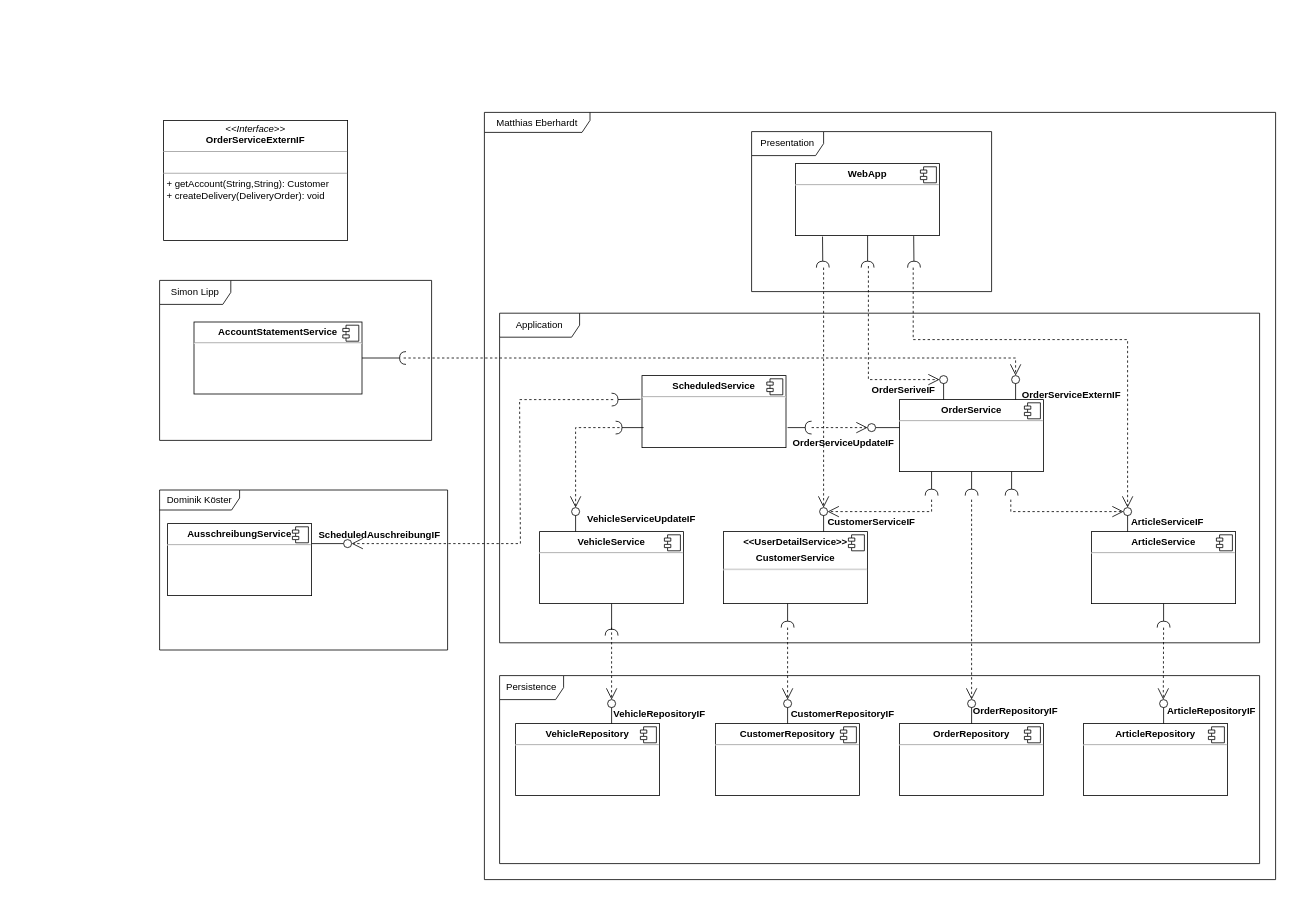
MatthiasEberhardt/Softwareentwicklung keeps this draw.io diagram as componentDiagram.drawio. Above is the earlier version. Source tidied: cells renumbered, new cells numbered last; positions are measured from the earlier drawing's top-left corner, leaving out a move shared by most shapes. Both pictures are drawn from the tidied source at 80%, with x=0, y=0 at pixel (159, 112).
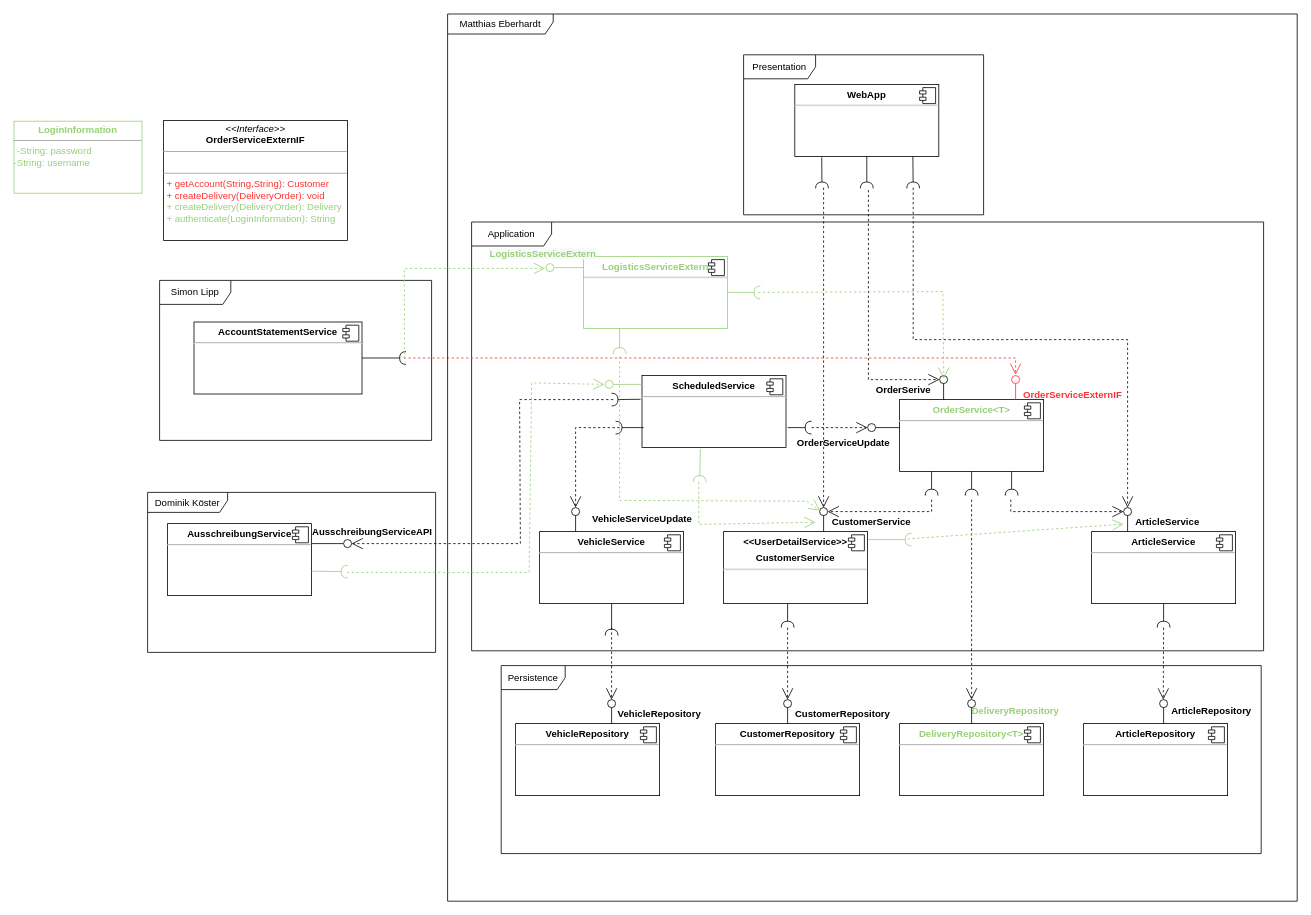
Above is the later version.

The change refers to these unchanged cells:
```xml
<mxCell id="28" style="ellipse;whiteSpace=wrap;html=1;align=center;points=[];outlineConnect=0;sketch=0;" parent="1" vertex="1">
  <mxGeometry x="975" y="329" width="10" height="10" as="geometry" />
</mxCell>
<mxCell id="39" style="ellipse;whiteSpace=wrap;html=1;align=center;points=[];outlineConnect=0;sketch=0;" parent="1" vertex="1">
  <mxGeometry x="825" y="494" width="10" height="10" as="geometry" />
</mxCell>
<mxCell id="41" style="ellipse;whiteSpace=wrap;html=1;align=center;points=[];outlineConnect=0;sketch=0;" parent="1" vertex="1">
  <mxGeometry x="1205" y="494" width="10" height="10" as="geometry" />
</mxCell>
<mxCell id="89" value="&lt;p style=&quot;margin: 0px ; margin-top: 6px ; text-align: center&quot;&gt;&lt;b&gt;AusschreibungService&lt;/b&gt;&lt;/p&gt;&lt;hr&gt;&lt;p style=&quot;margin: 0px ; margin-left: 8px&quot;&gt;&lt;br&gt;&lt;/p&gt;" style="align=left;overflow=fill;html=1;" parent="1" vertex="1">
  <mxGeometry x="10" y="514" width="180" height="90" as="geometry" />
</mxCell>
```

The edit, as a diff of the source:
```diff
@@
-    <mxCell id="2" value="&lt;p style=&quot;margin: 0px ; margin-top: 6px ; text-align: center&quot;&gt;&lt;b&gt;OrderService&lt;/b&gt;&lt;/p&gt;&lt;hr&gt;&lt;p style=&quot;margin: 0px ; margin-left: 8px&quot;&gt;&lt;br&gt;&lt;/p&gt;" style="align=left;overflow=fill;html=1;" parent="1" vertex="1">
+    <mxCell id="2" value="&lt;p style=&quot;margin: 0px ; margin-top: 6px ; text-align: center&quot;&gt;&lt;b&gt;&lt;font color=&quot;#97d077&quot;&gt;OrderService&amp;lt;T&amp;gt;&lt;/font&gt;&lt;/b&gt;&lt;/p&gt;&lt;hr&gt;&lt;p style=&quot;margin: 0px ; margin-left: 8px&quot;&gt;&lt;br&gt;&lt;/p&gt;" style="align=left;overflow=fill;html=1;" parent="1" vertex="1">
       <mxGeometry x="925" y="359" width="180" height="90" as="geometry" />
     </mxCell>
@@
     <mxCell id="4" value="&lt;p style=&quot;margin: 0px ; margin-top: 6px ; text-align: center&quot;&gt;&lt;b&gt;WebApp&lt;/b&gt;&lt;/p&gt;&lt;hr&gt;&lt;p style=&quot;margin: 0px ; margin-left: 8px&quot;&gt;&lt;br&gt;&lt;/p&gt;" style="align=left;overflow=fill;html=1;" parent="1" vertex="1">
-      <mxGeometry x="795" y="64" width="180" height="90" as="geometry" />
+      <mxGeometry x="794" y="-35" width="180" height="90" as="geometry" />
     </mxCell>
@@
-    <mxCell id="6" value="&lt;p style=&quot;margin: 0px ; margin-top: 6px ; text-align: center&quot;&gt;&lt;b&gt;OrderRepository&lt;/b&gt;&lt;/p&gt;&lt;hr&gt;&lt;p style=&quot;margin: 0px ; margin-left: 8px&quot;&gt;&lt;br&gt;&lt;/p&gt;" style="align=left;overflow=fill;html=1;" parent="1" vertex="1">
+    <mxCell id="6" value="&lt;p style=&quot;margin: 0px ; margin-top: 6px ; text-align: center&quot;&gt;&lt;b&gt;&lt;font color=&quot;#97d077&quot;&gt;DeliveryRepository&amp;lt;T&amp;gt;&lt;/font&gt;&lt;/b&gt;&lt;/p&gt;&lt;hr&gt;&lt;p style=&quot;margin: 0px ; margin-left: 8px&quot;&gt;&lt;br&gt;&lt;/p&gt;" style="align=left;overflow=fill;html=1;strokeColor=#000000;" parent="1" vertex="1">
       <mxGeometry x="925" y="764" width="180" height="90" as="geometry" />
     </mxCell>
@@
-    <mxCell id="22" value="&lt;p style=&quot;margin: 0px ; margin-top: 4px ; text-align: center&quot;&gt;&lt;i&gt;&amp;lt;&amp;lt;Interface&amp;gt;&amp;gt;&lt;/i&gt;&lt;br&gt;&lt;b&gt;OrderServiceExternIF&lt;/b&gt;&lt;/p&gt;&lt;hr size=&quot;1&quot;&gt;&lt;p style=&quot;margin: 0px ; margin-left: 4px&quot;&gt;&lt;br&gt;&lt;/p&gt;&lt;hr size=&quot;1&quot;&gt;&lt;p style=&quot;margin: 0px ; margin-left: 4px&quot;&gt;+ getAccount(String,String): Customer&lt;br&gt;&lt;/p&gt;&lt;p style=&quot;margin: 0px ; margin-left: 4px&quot;&gt;+ createDelivery(DeliveryOrder): void&lt;/p&gt;" style="verticalAlign=top;align=left;overflow=fill;fontSize=12;fontFamily=Helvetica;html=1;" parent="1" vertex="1">
+    <mxCell id="22" value="&lt;p style=&quot;margin: 0px ; margin-top: 4px ; text-align: center&quot;&gt;&lt;i&gt;&amp;lt;&amp;lt;Interface&amp;gt;&amp;gt;&lt;/i&gt;&lt;br&gt;&lt;b&gt;OrderServiceExternIF&lt;/b&gt;&lt;/p&gt;&lt;hr size=&quot;1&quot;&gt;&lt;p style=&quot;margin: 0px ; margin-left: 4px&quot;&gt;&lt;br&gt;&lt;/p&gt;&lt;hr size=&quot;1&quot;&gt;&lt;p style=&quot;margin: 0px ; margin-left: 4px&quot;&gt;&lt;font color=&quot;#ff3333&quot;&gt;+ getAccount(String,String): Customer&lt;br&gt;&lt;/font&gt;&lt;/p&gt;&lt;p style=&quot;margin: 0px ; margin-left: 4px&quot;&gt;&lt;font color=&quot;#ff3333&quot;&gt;+ createDelivery(DeliveryOrder): void&lt;/font&gt;&lt;/p&gt;&lt;p style=&quot;margin: 0px 0px 0px 4px&quot;&gt;&lt;font color=&quot;#97d077&quot;&gt;+ createDelivery(DeliveryOrder): Delivery&lt;/font&gt;&lt;/p&gt;&lt;p style=&quot;margin: 0px ; margin-left: 4px&quot;&gt;&lt;font color=&quot;#97d077&quot;&gt;+ authenticate(LoginInformation): String&lt;/font&gt;&lt;/p&gt;" style="verticalAlign=top;align=left;overflow=fill;fontSize=12;fontFamily=Helvetica;html=1;" parent="1" vertex="1">
       <mxGeometry x="5" y="10" width="230" height="150" as="geometry" />
     </mxCell>
     <mxCell id="23" value="Presentation" style="shape=umlFrame;whiteSpace=wrap;html=1;width=90;height=30;" parent="1" vertex="1">
-      <mxGeometry x="740" y="24" width="300" height="200" as="geometry" />
+      <mxGeometry x="730" y="-72" width="300" height="200" as="geometry" />
     </mxCell>
     <mxCell id="24" value="Application" style="shape=umlFrame;whiteSpace=wrap;html=1;width=100;height=30;" parent="1" vertex="1">
-      <mxGeometry x="425" y="251" width="950" height="412" as="geometry" />
+      <mxGeometry x="390" y="137" width="990" height="536" as="geometry" />
     </mxCell>
     <mxCell id="25" value="Persistence" style="shape=umlFrame;whiteSpace=wrap;html=1;width=80;height=30;" parent="1" vertex="1">
-      <mxGeometry x="425" y="704" width="950" height="235" as="geometry" />
+      <mxGeometry x="427" y="691.5" width="950" height="235" as="geometry" />
     </mxCell>
@@
     <mxCell id="31" style="rounded=0;jettySize=auto;html=1;endArrow=halfCircle;endFill=0;endSize=6;strokeWidth=1;sketch=0;exitX=0.5;exitY=1;exitDx=0;exitDy=0;" parent="1" edge="1" source="4">
       <mxGeometry relative="1" as="geometry">
-        <mxPoint x="885" y="194" as="targetPoint" />
+        <mxPoint x="884" y="95" as="targetPoint" />
       </mxGeometry>
     </mxCell>
@@
-    <mxCell id="36" style="rounded=0;orthogonalLoop=1;jettySize=auto;html=1;endArrow=none;endFill=0;sketch=0;sourcePerimeterSpacing=0;targetPerimeterSpacing=0;" parent="1" edge="1">
+    <mxCell id="36" style="rounded=0;orthogonalLoop=1;jettySize=auto;html=1;endArrow=none;endFill=0;sketch=0;sourcePerimeterSpacing=0;targetPerimeterSpacing=0;strokeColor=#FF3333;" parent="1" edge="1">
       <mxGeometry relative="1" as="geometry">
         <mxPoint x="1070" y="359" as="sourcePoint" />
         <mxPoint x="1070" y="334" as="targetPoint" />
       </mxGeometry>
     </mxCell>
-    <mxCell id="37" style="ellipse;whiteSpace=wrap;html=1;align=center;points=[];outlineConnect=0;sketch=0;" parent="1" vertex="1">
+    <mxCell id="37" style="ellipse;whiteSpace=wrap;html=1;align=center;points=[];outlineConnect=0;sketch=0;strokeColor=#FF3333;" parent="1" vertex="1">
       <mxGeometry x="1065" y="329" width="10" height="10" as="geometry" />
     </mxCell>
@@
-    <mxCell id="68" style="endArrow=open;endSize=12;dashed=1;html=1;rounded=0;" parent="1" edge="1" target="37">
+    <mxCell id="68" style="endArrow=open;endSize=12;dashed=1;html=1;rounded=0;strokeColor=#FF3333;" parent="1" edge="1">
       <mxGeometry relative="1" as="geometry">
         <mxPoint x="305" y="307" as="sourcePoint" />
+        <mxPoint x="1070" y="328" as="targetPoint" />
         <Array as="points">
           <mxPoint x="1070" y="307" />
         </Array>
       </mxGeometry>
     </mxCell>
     <mxCell id="69" style="endArrow=open;endSize=12;dashed=1;html=1;rounded=0;" parent="1" edge="1" target="28">
       <mxGeometry relative="1" as="geometry">
-        <mxPoint x="886" y="192" as="sourcePoint" />
+        <mxPoint x="886" y="97" as="sourcePoint" />
         <Array as="points">
           <mxPoint x="886" y="334" />
         </Array>
       </mxGeometry>
     </mxCell>
@@
     <mxCell id="72" style="rounded=0;jettySize=auto;html=1;endArrow=halfCircle;endFill=0;endSize=6;strokeWidth=1;sketch=0;exitX=0.187;exitY=1.014;exitDx=0;exitDy=0;exitPerimeter=0;" parent="1" edge="1" source="4">
       <mxGeometry relative="1" as="geometry">
-        <mxPoint x="829" y="194" as="targetPoint" />
+        <mxPoint x="828" y="95" as="targetPoint" />
       </mxGeometry>
     </mxCell>
     <mxCell id="73" style="rounded=0;jettySize=auto;html=1;endArrow=halfCircle;endFill=0;endSize=6;strokeWidth=1;sketch=0;exitX=0.82;exitY=1.007;exitDx=0;exitDy=0;exitPerimeter=0;" parent="1" edge="1" source="4">
       <mxGeometry relative="1" as="geometry">
-        <mxPoint x="943" y="194" as="targetPoint" />
+        <mxPoint x="942" y="95" as="targetPoint" />
       </mxGeometry>
     </mxCell>
     <mxCell id="74" value="Dominik Köster" style="shape=umlFrame;whiteSpace=wrap;html=1;width=100;height=25;" parent="1" vertex="1">
-      <mxGeometry y="472" width="360" height="200" as="geometry" />
+      <mxGeometry x="-15" y="475" width="360" height="200" as="geometry" />
     </mxCell>
@@
     <mxCell id="76" style="endArrow=open;endSize=12;dashed=1;html=1;rounded=0;" parent="1" edge="1" target="39">
       <mxGeometry relative="1" as="geometry">
-        <mxPoint x="830" y="194" as="sourcePoint" />
+        <mxPoint x="830" y="94" as="sourcePoint" />
       </mxGeometry>
     </mxCell>
     <mxCell id="77" style="endArrow=open;endSize=12;dashed=1;html=1;rounded=0;" parent="1" edge="1" target="41">
       <mxGeometry relative="1" as="geometry">
-        <mxPoint x="942" y="194" as="sourcePoint" />
+        <mxPoint x="942" y="94" as="sourcePoint" />
         <Array as="points">
           <mxPoint x="942" y="284" />
           <mxPoint x="1210" y="284" />
         </Array>
       </mxGeometry>
     </mxCell>
-    <mxCell id="78" value="ArticleServiceIF" style="text;align=center;fontStyle=1;verticalAlign=middle;spacingLeft=3;spacingRight=3;strokeColor=none;points=[[0,0.5],[1,0.5]];portConstraint=eastwest;" parent="1" vertex="1">
+    <mxCell id="78" value="ArticleService" style="text;align=center;fontStyle=1;verticalAlign=middle;spacingLeft=3;spacingRight=3;strokeColor=none;points=[[0,0.5],[1,0.5]];portConstraint=eastwest;" parent="1" vertex="1">
       <mxGeometry x="1205" y="498" width="110" height="26" as="geometry" />
     </mxCell>
-    <mxCell id="79" value="CustomerServiceIF" style="text;align=center;fontStyle=1;verticalAlign=middle;spacingLeft=3;spacingRight=3;strokeColor=none;points=[[0,0.5],[1,0.5]];portConstraint=eastwest;" parent="1" vertex="1">
+    <mxCell id="79" value="CustomerService" style="text;align=center;fontStyle=1;verticalAlign=middle;spacingLeft=3;spacingRight=3;strokeColor=none;points=[[0,0.5],[1,0.5]];portConstraint=eastwest;" parent="1" vertex="1">
       <mxGeometry x="820" y="498" width="140" height="26" as="geometry" />
     </mxCell>
-    <mxCell id="80" value="VehicleServiceUpdateIF" style="text;align=center;fontStyle=1;verticalAlign=middle;spacingLeft=3;spacingRight=3;strokeColor=none;" parent="1" vertex="1">
-      <mxGeometry x="525" y="494" width="155" height="26" as="geometry" />
+    <mxCell id="80" value="VehicleServiceUpdate" style="text;align=center;fontStyle=1;verticalAlign=middle;spacingLeft=3;spacingRight=3;strokeColor=none;" parent="1" vertex="1">
+      <mxGeometry x="526" y="494" width="155" height="26" as="geometry" />
     </mxCell>
-    <mxCell id="81" value="OrderSeriveIF" style="text;align=center;fontStyle=1;verticalAlign=middle;spacingLeft=3;spacingRight=3;strokeColor=none;points=[[0,0.5],[1,0.5]];portConstraint=eastwest;" parent="1" vertex="1">
+    <mxCell id="81" value="OrderSerive" style="text;align=center;fontStyle=1;verticalAlign=middle;spacingLeft=3;spacingRight=3;strokeColor=none;points=[[0,0.5],[1,0.5]];portConstraint=eastwest;" parent="1" vertex="1">
       <mxGeometry x="875" y="333" width="110" height="26" as="geometry" />
     </mxCell>
-    <mxCell id="82" value="OrderServiceUpdateIF" style="text;align=center;fontStyle=1;verticalAlign=middle;spacingLeft=3;spacingRight=3;strokeColor=none;" parent="1" vertex="1">
+    <mxCell id="82" value="OrderServiceUpdate" style="text;align=center;fontStyle=1;verticalAlign=middle;spacingLeft=3;spacingRight=3;strokeColor=none;" parent="1" vertex="1">
       <mxGeometry x="785" y="399" width="140" height="26" as="geometry" />
     </mxCell>
-    <mxCell id="83" value="OrderServiceExternIF" style="text;align=center;fontStyle=1;verticalAlign=middle;spacingLeft=3;spacingRight=3;strokeColor=none;" parent="1" vertex="1">
-      <mxGeometry x="1070" y="339" width="140" height="26" as="geometry" />
+    <mxCell id="83" value="OrderServiceExternIF" style="text;align=center;fontStyle=1;verticalAlign=middle;spacingLeft=3;spacingRight=3;strokeColor=none;fontColor=#FF3333;" parent="1" vertex="1">
+      <mxGeometry x="1073" y="339" width="137" height="26" as="geometry" />
     </mxCell>
-    <mxCell id="84" value="ScheduledAuschreibungIF" style="text;align=center;fontStyle=1;verticalAlign=middle;spacingLeft=3;spacingRight=3;strokeColor=none;" parent="1" vertex="1">
-      <mxGeometry x="220" y="514" width="110" height="26" as="geometry" />
+    <mxCell id="84" value="AusschreibungServiceAPI" style="text;align=center;fontStyle=1;verticalAlign=middle;spacingLeft=3;spacingRight=3;strokeColor=none;" parent="1" vertex="1">
+      <mxGeometry x="211" y="511" width="110" height="26" as="geometry" />
     </mxCell>
-    <mxCell id="85" value="VehicleRepositoryIF" style="text;align=center;fontStyle=1;verticalAlign=middle;spacingLeft=3;spacingRight=3;strokeColor=none;" parent="1" vertex="1">
+    <mxCell id="85" value="VehicleRepository" style="text;align=center;fontStyle=1;verticalAlign=middle;spacingLeft=3;spacingRight=3;strokeColor=none;" parent="1" vertex="1">
       <mxGeometry x="570" y="738" width="110" height="26" as="geometry" />
     </mxCell>
-    <mxCell id="86" value="OrderRepositoryIF" style="text;align=center;fontStyle=1;verticalAlign=middle;spacingLeft=3;spacingRight=3;strokeColor=none;" parent="1" vertex="1">
+    <mxCell id="86" value="DeliveryRepository" style="text;align=center;fontStyle=1;verticalAlign=middle;spacingLeft=3;spacingRight=3;strokeColor=none;fontColor=#97D077;" parent="1" vertex="1">
       <mxGeometry x="1015" y="734" width="110" height="26" as="geometry" />
     </mxCell>
-    <mxCell id="87" value="CustomerRepositoryIF" style="text;align=center;fontStyle=1;verticalAlign=middle;spacingLeft=3;spacingRight=3;strokeColor=none;" parent="1" vertex="1">
+    <mxCell id="87" value="CustomerRepository" style="text;align=center;fontStyle=1;verticalAlign=middle;spacingLeft=3;spacingRight=3;strokeColor=none;" parent="1" vertex="1">
       <mxGeometry x="799" y="738" width="110" height="26" as="geometry" />
     </mxCell>
-    <mxCell id="88" value="ArticleRepositoryIF" style="text;align=center;fontStyle=1;verticalAlign=middle;spacingLeft=3;spacingRight=3;strokeColor=none;" parent="1" vertex="1">
+    <mxCell id="88" value="ArticleRepository" style="text;align=center;fontStyle=1;verticalAlign=middle;spacingLeft=3;spacingRight=3;strokeColor=none;" parent="1" vertex="1">
       <mxGeometry x="1260" y="734" width="110" height="26" as="geometry" />
     </mxCell>
@@
     <mxCell id="91" value="Matthias Eberhardt" style="shape=umlFrame;whiteSpace=wrap;html=1;width=132;height=25;" parent="1" vertex="1">
-      <mxGeometry x="406" width="989" height="959" as="geometry" />
+      <mxGeometry x="360" y="-123" width="1062" height="1109" as="geometry" />
     </mxCell>
+    <mxCell id="92" value="&lt;p style=&quot;margin: 0px ; margin-top: 4px ; text-align: center&quot;&gt;&lt;b&gt;&lt;font color=&quot;#97d077&quot;&gt;LoginInformation&lt;/font&gt;&lt;/b&gt;&lt;/p&gt;&lt;hr size=&quot;1&quot;&gt;&lt;p style=&quot;margin: 0px ; margin-left: 4px&quot;&gt;&lt;/p&gt;&lt;p style=&quot;margin: 0px ; margin-left: 4px&quot;&gt;&lt;font color=&quot;#97d077&quot;&gt;-String: password&lt;br&gt;&lt;/font&gt;&lt;/p&gt;&lt;font color=&quot;#97d077&quot;&gt;-String: username&lt;/font&gt;" style="verticalAlign=top;align=left;overflow=fill;fontSize=12;fontFamily=Helvetica;html=1;fontColor=#000000;strokeColor=#97D077;" parent="1" vertex="1">
+      <mxGeometry x="-182" y="11" width="160" height="90" as="geometry" />
+    </mxCell>
+    <mxCell id="93" style="rounded=0;orthogonalLoop=1;jettySize=auto;html=1;endArrow=halfCircle;endFill=0;endSize=6;strokeWidth=1;sketch=0;strokeColor=#97D077;" parent="1" edge="1">
+      <mxGeometry relative="1" as="geometry">
+        <mxPoint x="676" y="421" as="sourcePoint" />
+        <mxPoint x="675" y="462" as="targetPoint" />
+      </mxGeometry>
+    </mxCell>
+    <mxCell id="94" style="endArrow=open;endSize=12;dashed=1;html=1;rounded=0;strokeColor=#97D077;" parent="1" edge="1" target="79">
+      <mxGeometry relative="1" as="geometry">
+        <mxPoint x="674" y="462" as="sourcePoint" />
+        <Array as="points">
+          <mxPoint x="674" y="515" />
+        </Array>
+      </mxGeometry>
+    </mxCell>
+    <mxCell id="95" value="&lt;p style=&quot;margin: 0px ; margin-top: 6px ; text-align: center&quot;&gt;&lt;b&gt;&lt;font color=&quot;#97d077&quot;&gt;LogisticsServiceExtern&lt;/font&gt;&lt;/b&gt;&lt;/p&gt;&lt;hr&gt;&lt;p style=&quot;margin: 0px ; margin-left: 8px&quot;&gt;&lt;br&gt;&lt;/p&gt;" style="align=left;overflow=fill;html=1;strokeColor=#97D077;" parent="1" vertex="1">
+      <mxGeometry x="530" y="180" width="180" height="90" as="geometry" />
+    </mxCell>
+    <mxCell id="96" style="shape=component;jettyWidth=8;jettyHeight=4;" parent="95" vertex="1">
+      <mxGeometry x="1" width="20" height="20" relative="1" as="geometry">
+        <mxPoint x="-24" y="4" as="offset" />
+      </mxGeometry>
+    </mxCell>
+    <mxCell id="97" style="rounded=0;orthogonalLoop=1;jettySize=auto;html=1;endArrow=halfCircle;endFill=0;endSize=6;strokeWidth=1;sketch=0;strokeColor=#97D077;" parent="1" edge="1">
+      <mxGeometry relative="1" as="geometry">
+        <mxPoint x="886" y="534" as="sourcePoint" />
+        <mxPoint x="940" y="534" as="targetPoint" />
+      </mxGeometry>
+    </mxCell>
+    <mxCell id="98" style="endArrow=open;endSize=12;dashed=1;html=1;rounded=0;strokeColor=#97D077;" parent="1" edge="1" target="78">
+      <mxGeometry relative="1" as="geometry">
+        <mxPoint x="935" y="533" as="sourcePoint" />
+      </mxGeometry>
+    </mxCell>
+    <mxCell id="99" style="rounded=0;jettySize=auto;html=1;endArrow=halfCircle;endFill=0;endSize=6;strokeWidth=1;sketch=0;strokeColor=#97D077;exitX=0.25;exitY=1;exitDx=0;exitDy=0;" parent="1" edge="1" source="95">
+      <mxGeometry relative="1" as="geometry">
+        <mxPoint x="575" y="302" as="targetPoint" />
+      </mxGeometry>
+    </mxCell>
+    <mxCell id="100" style="rounded=0;jettySize=auto;html=1;endArrow=halfCircle;endFill=0;endSize=6;strokeWidth=1;sketch=0;strokeColor=#97D077;exitX=1;exitY=0.5;exitDx=0;exitDy=0;" parent="1" edge="1" source="95">
+      <mxGeometry relative="1" as="geometry">
+        <mxPoint x="751" y="225" as="targetPoint" />
+      </mxGeometry>
+    </mxCell>
+    <mxCell id="101" style="endArrow=open;endSize=12;dashed=1;html=1;rounded=0;entryX=0.034;entryY=-0.048;entryDx=0;entryDy=0;entryPerimeter=0;strokeColor=#97D077;" parent="1" edge="1">
+      <mxGeometry relative="1" as="geometry">
+        <mxPoint x="575" y="305" as="sourcePoint" />
+        <mxPoint x="825.8" y="497.8" as="targetPoint" />
+        <Array as="points">
+          <mxPoint x="575" y="485" />
+          <mxPoint x="809" y="486" />
+        </Array>
+      </mxGeometry>
+    </mxCell>
+    <mxCell id="102" style="endArrow=open;endSize=12;dashed=1;html=1;rounded=0;entryX=0.957;entryY=0.004;entryDx=0;entryDy=0;entryPerimeter=0;strokeColor=#97D077;" parent="1" edge="1" target="81">
+      <mxGeometry relative="1" as="geometry">
+        <mxPoint x="748" y="225" as="sourcePoint" />
+        <Array as="points">
+          <mxPoint x="979" y="224" />
+          <mxPoint x="980" y="312" />
+        </Array>
+      </mxGeometry>
+    </mxCell>
+    <mxCell id="103" style="rounded=0;orthogonalLoop=1;jettySize=auto;html=1;endArrow=none;endFill=0;sketch=0;sourcePerimeterSpacing=0;targetPerimeterSpacing=0;strokeColor=#97D077;" parent="1" edge="1">
+      <mxGeometry relative="1" as="geometry">
+        <mxPoint x="563" y="340" as="sourcePoint" />
+        <mxPoint x="603" y="340" as="targetPoint" />
+      </mxGeometry>
+    </mxCell>
+    <mxCell id="104" style="ellipse;whiteSpace=wrap;html=1;align=center;sketch=0;strokeColor=#97D077;" parent="1" vertex="1">
+      <mxGeometry x="557" y="335" width="10" height="10" as="geometry" />
+    </mxCell>
+    <mxCell id="105" style="rounded=0;jettySize=auto;html=1;endArrow=halfCircle;endFill=0;endSize=6;strokeWidth=1;sketch=0;exitX=1;exitY=0.662;exitDx=0;exitDy=0;exitPerimeter=0;strokeColor=#97D077;" parent="1" edge="1" source="89">
+      <mxGeometry relative="1" as="geometry">
+        <mxPoint x="235" y="574" as="targetPoint" />
+      </mxGeometry>
+    </mxCell>
+    <mxCell id="106" style="endArrow=open;endSize=12;dashed=1;html=1;rounded=0;strokeColor=#97D077;" parent="1" edge="1">
+      <mxGeometry relative="1" as="geometry">
+        <mxPoint x="234" y="575" as="sourcePoint" />
+        <mxPoint x="556" y="340" as="targetPoint" />
+        <Array as="points">
+          <mxPoint x="462" y="575" />
+          <mxPoint x="465" y="338" />
+        </Array>
+      </mxGeometry>
+    </mxCell>
+    <mxCell id="107" style="endArrow=open;endSize=12;dashed=1;html=1;rounded=0;strokeColor=#97D077;" parent="1" edge="1">
+      <mxGeometry relative="1" as="geometry">
+        <mxPoint x="306" y="308" as="sourcePoint" />
+        <mxPoint x="482" y="195" as="targetPoint" />
+        <Array as="points">
+          <mxPoint x="306" y="195" />
+        </Array>
+      </mxGeometry>
+    </mxCell>
+    <mxCell id="108" style="rounded=0;jettySize=auto;html=1;endArrow=none;endFill=0;sketch=0;sourcePerimeterSpacing=0;targetPerimeterSpacing=0;strokeColor=#97D077;entryX=0;entryY=0.156;entryDx=0;entryDy=0;entryPerimeter=0;" parent="1" edge="1" target="95">
+      <mxGeometry relative="1" as="geometry">
+        <mxPoint x="494" y="194" as="sourcePoint" />
+      </mxGeometry>
+    </mxCell>
+    <mxCell id="109" style="ellipse;whiteSpace=wrap;html=1;align=center;sketch=0;strokeColor=#97D077;" parent="1" vertex="1">
+      <mxGeometry x="483" y="189" width="10" height="10" as="geometry" />
+    </mxCell>
+    <mxCell id="110" value="&lt;span style=&quot;font-family: &amp;#34;helvetica&amp;#34; ; font-size: 12px ; font-style: normal ; font-weight: 700 ; letter-spacing: normal ; text-align: center ; text-indent: 0px ; text-transform: none ; word-spacing: 0px ; background-color: rgb(248 , 249 , 250) ; display: inline ; float: none&quot;&gt;LogisticsServiceExtern&lt;/span&gt;" style="text;whiteSpace=wrap;html=1;fontColor=#97D077;" parent="1" vertex="1">
+      <mxGeometry x="411" y="163" width="137" height="20" as="geometry" />
+    </mxCell>
```
